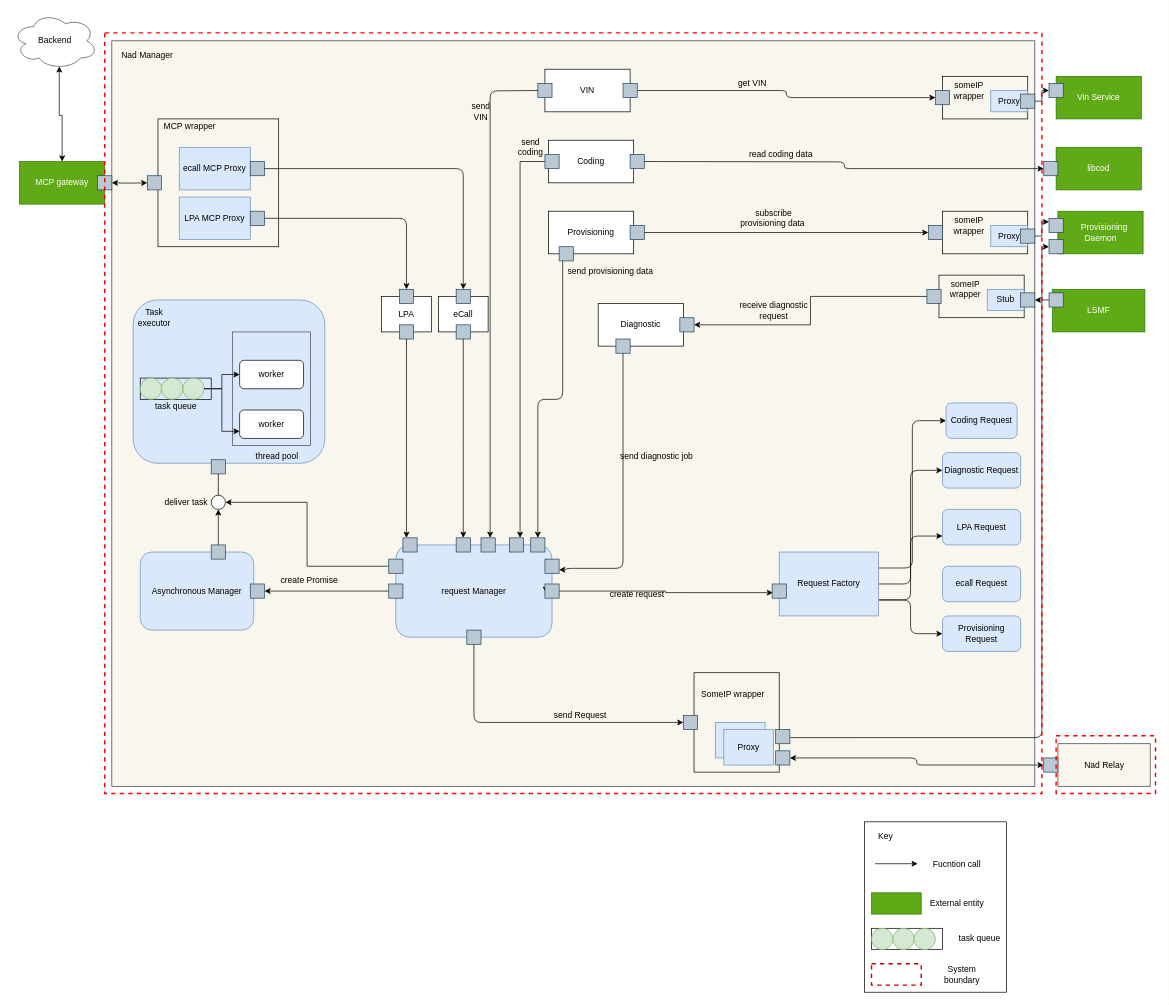
Before: page "dynamic_3rd" (5 of 5) of doc/SA cert/Design/nadmanager.drawio in taikt/codefun, a draw.io diagram. Source tidied: cells renumbered, new cells numbered last; positions are measured from the earlier drawing's top-left corner, leaving out a move shared by most shapes. Both pictures are drawn from the tidied source at 71%, with x=0, y=0 at pixel (12, 12).
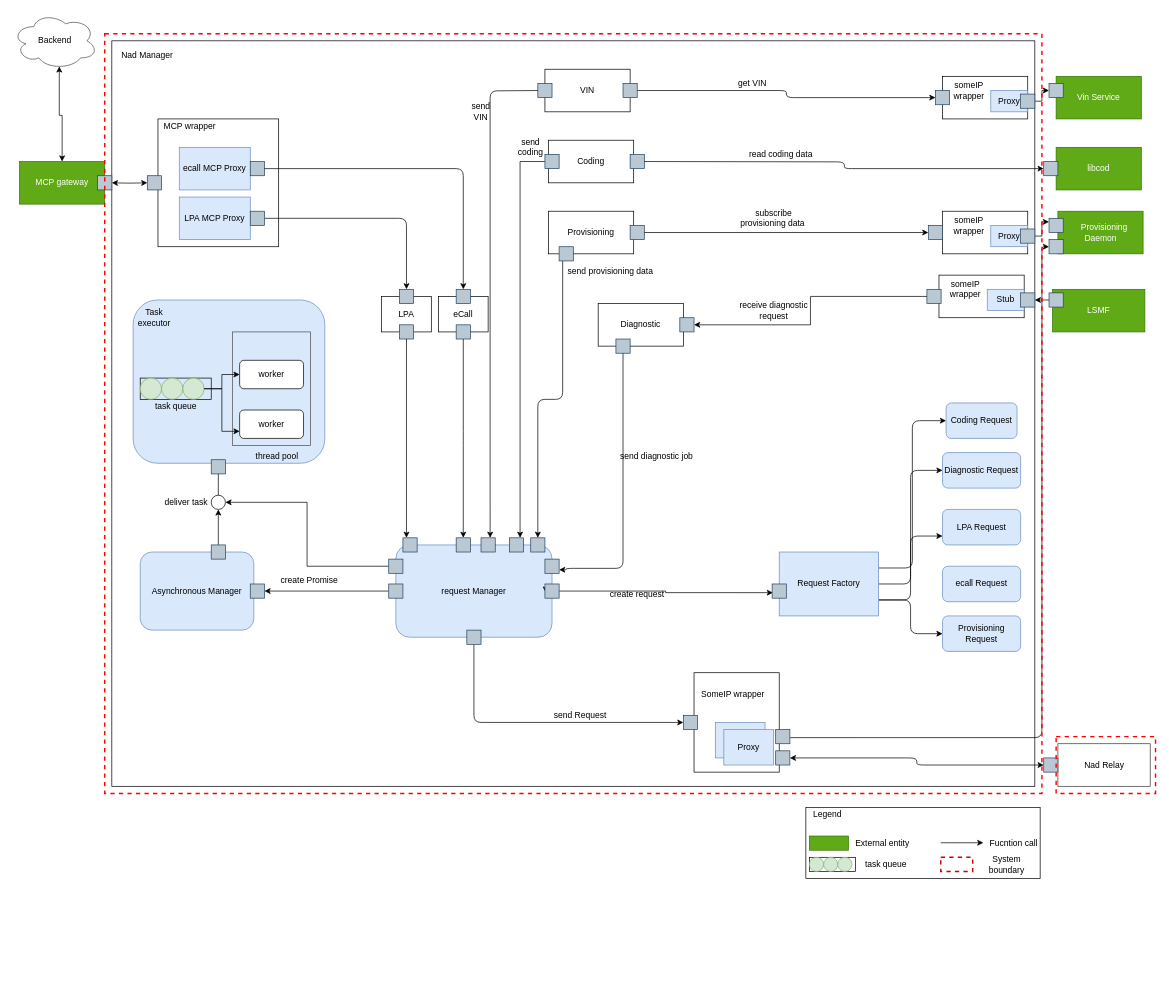
The same page after the edit.

Change to the diagram source:
```diff
@@
     <mxCell id="2" style="rounded=0;whiteSpace=wrap;html=1;fillColor=none;gradientColor=none;" parent="1" vertex="1">
-      <mxGeometry x="1200" y="1140" width="200" height="240" as="geometry" />
+      <mxGeometry x="1117.5" y="1120" width="330" height="100" as="geometry" />
     </mxCell>
-    <mxCell id="3" value="Key" style="text;html=1;strokeColor=none;fillColor=none;align=center;verticalAlign=middle;whiteSpace=wrap;rounded=0;" parent="1" vertex="1">
-      <mxGeometry x="1210" y="1150" width="40" height="20" as="geometry" />
+    <mxCell id="3" value="Legend" style="text;html=1;strokeColor=none;fillColor=none;align=center;verticalAlign=middle;whiteSpace=wrap;rounded=0;" parent="1" vertex="1">
+      <mxGeometry x="1127.5" y="1120" width="40" height="20" as="geometry" />
     </mxCell>
     <mxCell id="4" style="endArrow=classic;html=1;rounded=0;" parent="1" edge="1">
       <mxGeometry relative="1" as="geometry">
-        <mxPoint x="1215" y="1199" as="sourcePoint" />
-        <mxPoint x="1275" y="1199" as="targetPoint" />
+        <mxPoint x="1307.5" y="1169.5" as="sourcePoint" />
+        <mxPoint x="1367.5" y="1169.5" as="targetPoint" />
       </mxGeometry>
     </mxCell>
     <mxCell id="5" value="Fucntion call" style="text;html=1;strokeColor=none;fillColor=none;align=center;verticalAlign=middle;whiteSpace=wrap;rounded=0;" parent="1" vertex="1">
-      <mxGeometry x="1288" y="1190" width="85" height="20" as="geometry" />
+      <mxGeometry x="1367.5" y="1160" width="85" height="20" as="geometry" />
     </mxCell>
     <mxCell id="6" style="rounded=0;whiteSpace=wrap;html=1;fillColor=#60a917;strokeColor=#2D7600;fontColor=#ffffff;" parent="1" vertex="1">
-      <mxGeometry x="1210" y="1240" width="70" height="30" as="geometry" />
+      <mxGeometry x="1122.5" y="1160" width="55" height="20" as="geometry" />
     </mxCell>
     <mxCell id="7" value="External entity" style="text;html=1;strokeColor=none;fillColor=none;align=center;verticalAlign=middle;whiteSpace=wrap;rounded=0;" parent="1" vertex="1">
-      <mxGeometry x="1288" y="1245" width="85" height="20" as="geometry" />
+      <mxGeometry x="1182.5" y="1160" width="85" height="20" as="geometry" />
     </mxCell>
-    <mxCell id="8" style="rounded=0;whiteSpace=wrap;html=1;fillColor=#f9f7ed;strokeColor=#36393d;" parent="1" vertex="1">
+    <mxCell id="8" style="rounded=0;whiteSpace=wrap;html=1;fillColor=none;" parent="1" vertex="1">
       <mxGeometry x="140" y="40" width="1300" height="1050" as="geometry" />
     </mxCell>
@@
-    <mxCell id="33" value="Nad Relay" style="rounded=0;whiteSpace=wrap;html=1;fillColor=#f9f7ed;strokeColor=#36393d;" parent="1" vertex="1">
+    <mxCell id="33" value="Nad Relay" style="rounded=0;whiteSpace=wrap;html=1;fillColor=none;strokeColor=#36393d;" parent="1" vertex="1">
       <mxGeometry x="1472.5" y="1030" width="130" height="60" as="geometry" />
     </mxCell>
@@
     <mxCell id="172" style="rounded=0;whiteSpace=wrap;html=1;" parent="1" vertex="1">
-      <mxGeometry x="1210" y="1290" width="100" height="30" as="geometry" />
+      <mxGeometry x="1122.5" y="1190" width="65" height="20" as="geometry" />
     </mxCell>
     <mxCell id="173" style="ellipse;whiteSpace=wrap;html=1;fillColor=#d5e8d4;strokeColor=#82b366;" parent="1" vertex="1">
-      <mxGeometry x="1210" y="1290" width="30" height="30" as="geometry" />
+      <mxGeometry x="1122.5" y="1190" width="20" height="20" as="geometry" />
     </mxCell>
     <mxCell id="174" style="ellipse;whiteSpace=wrap;html=1;fillColor=#d5e8d4;strokeColor=#82b366;" parent="1" vertex="1">
-      <mxGeometry x="1240" y="1290" width="30" height="30" as="geometry" />
+      <mxGeometry x="1142.5" y="1190" width="20" height="20" as="geometry" />
     </mxCell>
     <mxCell id="175" style="ellipse;whiteSpace=wrap;html=1;fillColor=#d5e8d4;strokeColor=#82b366;" parent="1" vertex="1">
-      <mxGeometry x="1270" y="1290" width="30" height="30" as="geometry" />
+      <mxGeometry x="1162.5" y="1190" width="20" height="20" as="geometry" />
     </mxCell>
     <mxCell id="176" value="task queue" style="text;html=1;strokeColor=none;fillColor=none;align=center;verticalAlign=middle;whiteSpace=wrap;rounded=0;" parent="1" vertex="1">
-      <mxGeometry x="1320" y="1295" width="85" height="20" as="geometry" />
+      <mxGeometry x="1187.5" y="1190" width="85" height="20" as="geometry" />
     </mxCell>
     <mxCell id="177" style="rounded=0;whiteSpace=wrap;html=1;fillColor=none;strokeColor=#CC0000;fontColor=#ffffff;strokeWidth=2;dashed=1;" parent="1" vertex="1">
-      <mxGeometry x="1210" y="1340" width="70" height="30" as="geometry" />
+      <mxGeometry x="1307.5" y="1190" width="45" height="20" as="geometry" />
     </mxCell>
     <mxCell id="178" value="System boundary" style="text;html=1;strokeColor=none;fillColor=none;align=center;verticalAlign=middle;whiteSpace=wrap;rounded=0;" parent="1" vertex="1">
-      <mxGeometry x="1295" y="1345" width="85" height="20" as="geometry" />
+      <mxGeometry x="1357.5" y="1190" width="85" height="20" as="geometry" />
     </mxCell>
     <mxCell id="179" style="rounded=0;whiteSpace=wrap;html=1;dashed=1;strokeColor=#FF0000;strokeWidth=2;fillColor=none;" parent="1" vertex="1">
-      <mxGeometry x="1470" y="1018.8" width="140" height="81.2" as="geometry" />
+      <mxGeometry x="1470" y="1020" width="140" height="80" as="geometry" />
     </mxCell>
     <mxCell id="180" style="rounded=0;whiteSpace=wrap;html=1;dashed=1;strokeColor=#FF0000;strokeWidth=2;fillColor=none;" parent="1" vertex="1">
-      <mxGeometry x="130" y="28.8" width="1320" height="1071.2" as="geometry" />
+      <mxGeometry x="130" y="30" width="1320" height="1070" as="geometry" />
     </mxCell>
```
